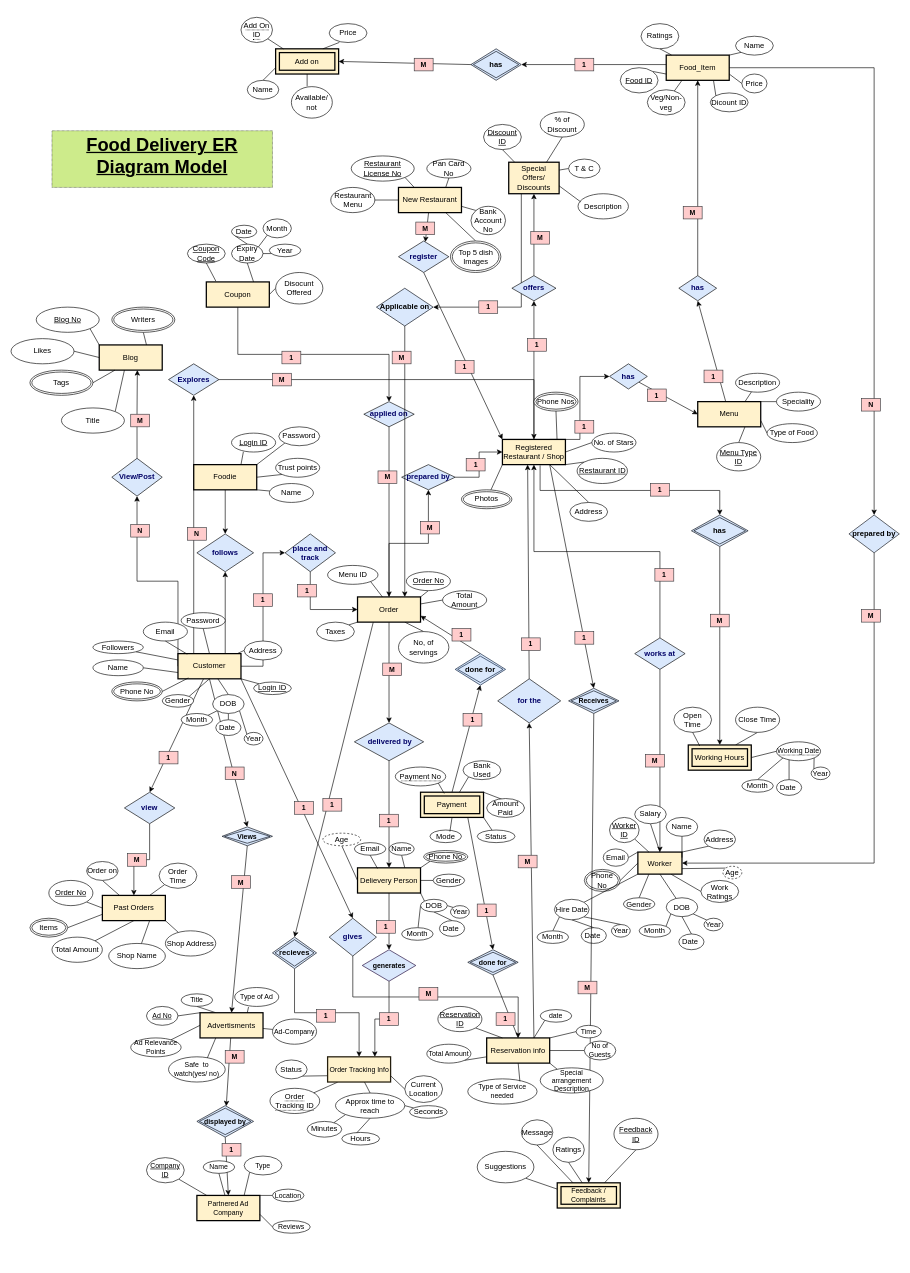
ritu456286/DBMS keeps this draw.io diagram as Assignment1A.drawio. Above is the earlier version. Source tidied: cells renumbered, new cells numbered last; positions are measured from the earlier drawing's top-left corner, leaving out a move shared by most shapes. Both pictures are drawn from the tidied source at 63%, with x=0, y=0 at pixel (11, 17).
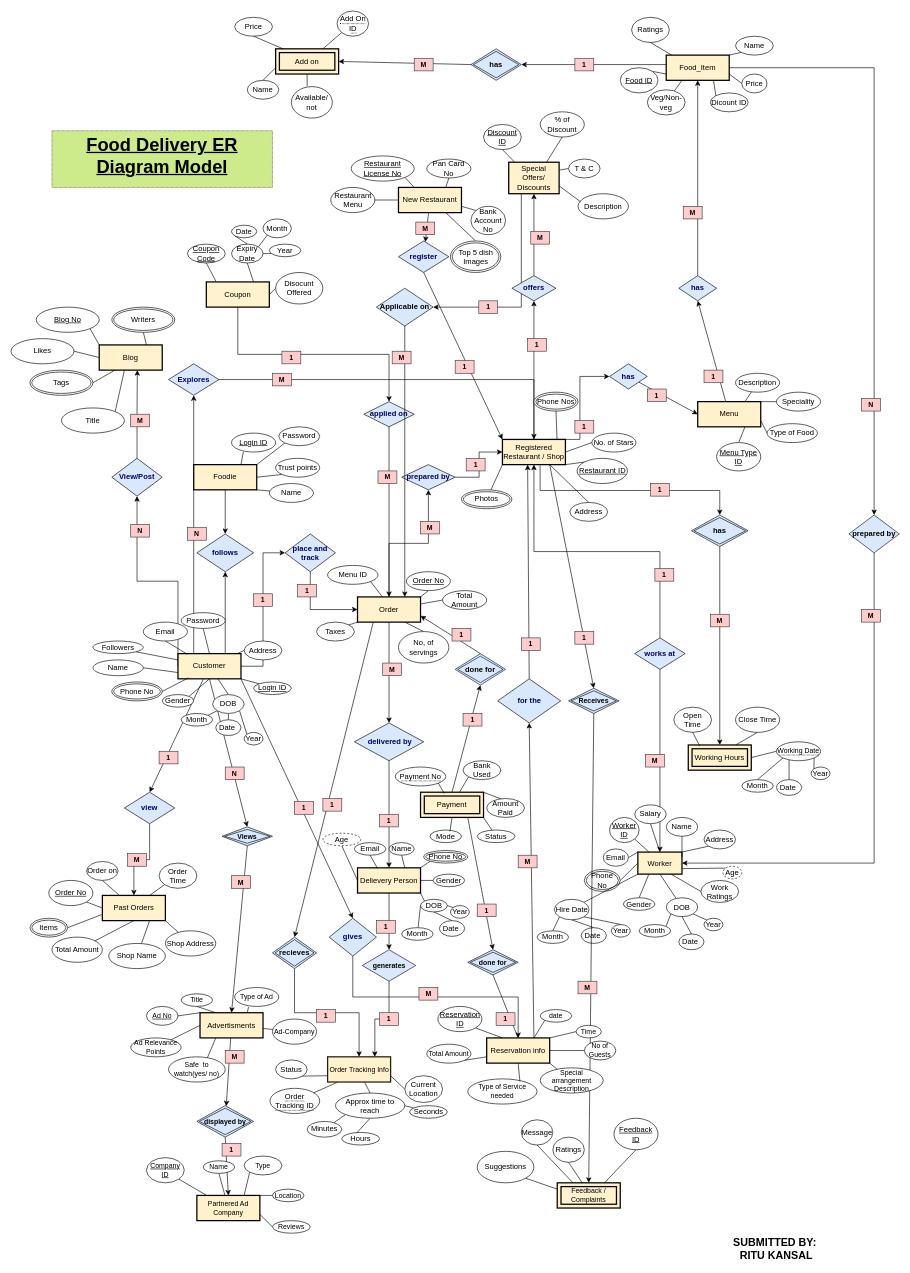
Above is the later version.

The change refers to these unchanged cells:
```xml
<mxCell id="267" value="Add on" style="shape=ext;margin=3;double=1;whiteSpace=wrap;html=1;align=center;fillColor=#fff2cc;strokeColor=default;strokeWidth=2;" parent="1" vertex="1">
  <mxGeometry x="420" y="50" width="100" height="40" as="geometry" />
</mxCell>
```

The edit, as a diff of the source:
```diff
@@
     <mxCell id="262" value="Ratings" style="ellipse;whiteSpace=wrap;html=1;align=center;" parent="1" vertex="1">
-      <mxGeometry x="1000" y="10" width="60" height="40" as="geometry" />
+      <mxGeometry x="985" width="60" height="40" as="geometry" />
     </mxCell>
@@
     <mxCell id="264" value="Price" style="ellipse;whiteSpace=wrap;html=1;align=center;" parent="1" vertex="1">
-      <mxGeometry x="505" y="10" width="60" height="30" as="geometry" />
+      <mxGeometry x="355" width="60" height="30" as="geometry" />
     </mxCell>
@@
     <mxCell id="290" value="&lt;span style=&quot;border-bottom: 1px dotted&quot;&gt;Add On ID&lt;/span&gt;" style="ellipse;whiteSpace=wrap;html=1;align=center;" parent="1" vertex="1">
-      <mxGeometry x="365" width="50" height="40" as="geometry" />
+      <mxGeometry x="517.5" y="-10" width="50" height="40" as="geometry" />
     </mxCell>
@@
-    <mxCell id="327" style="edgeStyle=none;shape=connector;curved=0;rounded=0;jettySize=auto;html=1;exitX=1;exitY=1;exitDx=0;exitDy=0;entryX=0.124;entryY=0.005;entryDx=0;entryDy=0;entryPerimeter=0;labelBackgroundColor=default;strokeColor=default;align=center;verticalAlign=middle;fontFamily=Helvetica;fontSize=11;fontColor=default;endArrow=none;endFill=0;" parent="1" edge="1" source="290" target="267">
+    <mxCell id="327" style="edgeStyle=none;shape=connector;curved=0;rounded=0;jettySize=auto;html=1;exitX=0.5;exitY=1;exitDx=0;exitDy=0;entryX=0.124;entryY=0.005;entryDx=0;entryDy=0;entryPerimeter=0;labelBackgroundColor=default;strokeColor=default;align=center;verticalAlign=middle;fontFamily=Helvetica;fontSize=11;fontColor=default;endArrow=none;endFill=0;" parent="1" edge="1" source="264" target="267">
       <mxGeometry relative="1" as="geometry" />
     </mxCell>
-    <mxCell id="328" style="edgeStyle=none;shape=connector;curved=0;rounded=0;jettySize=auto;html=1;exitX=0.75;exitY=0;exitDx=0;exitDy=0;entryX=0.27;entryY=0.993;entryDx=0;entryDy=0;entryPerimeter=0;labelBackgroundColor=default;strokeColor=default;align=center;verticalAlign=middle;fontFamily=Helvetica;fontSize=11;fontColor=default;endArrow=none;endFill=0;" parent="1" edge="1" source="267" target="264">
+    <mxCell id="328" style="edgeStyle=none;shape=connector;curved=0;rounded=0;jettySize=auto;html=1;exitX=0.75;exitY=0;exitDx=0;exitDy=0;entryX=0;entryY=1;entryDx=0;entryDy=0;labelBackgroundColor=default;strokeColor=default;align=center;verticalAlign=middle;fontFamily=Helvetica;fontSize=11;fontColor=default;endArrow=none;endFill=0;" parent="1" edge="1" source="267" target="290">
       <mxGeometry relative="1" as="geometry" />
     </mxCell>
@@
+    <mxCell id="420" value="SUBMITTED BY:&amp;nbsp;&lt;br style=&quot;font-size: 17px;&quot;&gt;RITU KANSAL" style="text;html=1;strokeColor=none;fillColor=none;align=center;verticalAlign=middle;whiteSpace=wrap;rounded=0;fontSize=17;fontFamily=Helvetica;fontColor=default;strokeWidth=2;fontStyle=1;spacing=3;" parent="1" vertex="1">
+      <mxGeometry x="1130" y="1940" width="170" height="30" as="geometry" />
+    </mxCell>
```
